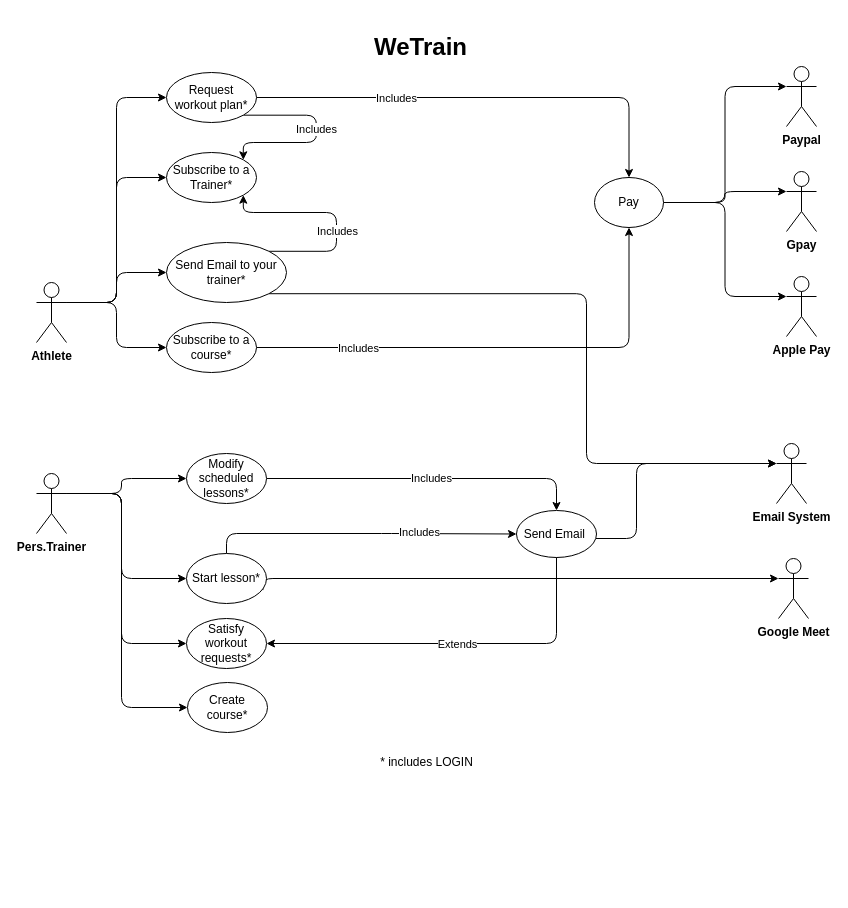
Before: Manenti/UCdiagram_V2.drawio in Bobbarello00/WeTrain, a draw.io diagram. Source tidied: cells renumbered, new cells numbered last; positions are measured from the earlier drawing's top-left corner, leaving out a move shared by most shapes. Both pictures are drawn from the tidied source at 100%, with x=0, y=0 at pixel (36, 22).
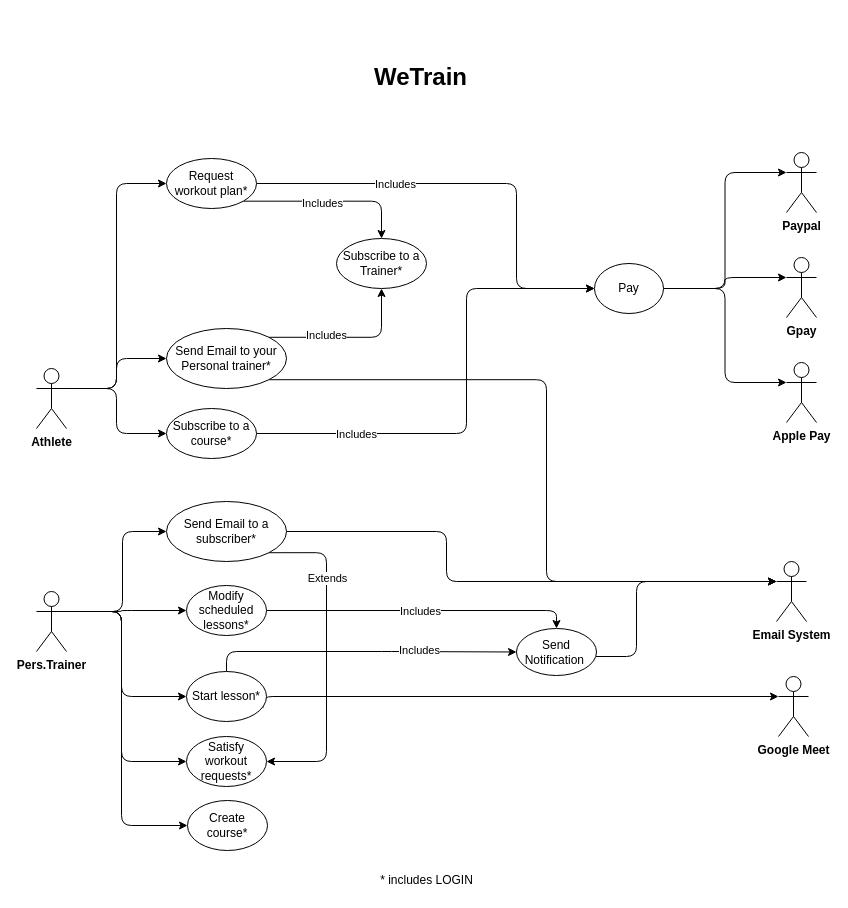
The same diagram, later.

Diff of the diagram source:
```diff
@@
-    <mxCell id="5" style="edgeStyle=orthogonalEdgeStyle;rounded=1;jettySize=auto;html=1;exitX=1;exitY=0.3333333333333333;exitDx=0;exitDy=0;exitPerimeter=0;entryX=0;entryY=0.5;entryDx=0;entryDy=0;" parent="1" edge="1" source="6" target="48">
-      <mxGeometry relative="1" as="geometry" />
-    </mxCell>
     <mxCell id="6" value="&lt;b&gt;Athlete&lt;/b&gt;" style="shape=umlActor;verticalLabelPosition=bottom;verticalAlign=top;html=1;outlineConnect=0;rounded=1;" parent="1" vertex="1">
-      <mxGeometry y="260" width="30" height="60" as="geometry" />
+      <mxGeometry y="346" width="30" height="60" as="geometry" />
     </mxCell>
     <mxCell id="7" style="edgeStyle=orthogonalEdgeStyle;rounded=1;jettySize=auto;html=1;exitX=1;exitY=0.3333333333333333;exitDx=0;exitDy=0;exitPerimeter=0;entryX=0;entryY=0.5;entryDx=0;entryDy=0;entryPerimeter=0;" parent="1" edge="1" source="11" target="18">
       <mxGeometry relative="1" as="geometry">
         <Array as="points">
-          <mxPoint x="85" y="471" />
-          <mxPoint x="85" y="456" />
+          <mxPoint x="85" y="589" />
+          <mxPoint x="85" y="588" />
         </Array>
       </mxGeometry>
     </mxCell>
     <mxCell id="8" style="edgeStyle=orthogonalEdgeStyle;rounded=1;jettySize=auto;html=1;exitX=1;exitY=0.3333333333333333;exitDx=0;exitDy=0;exitPerimeter=0;entryX=0;entryY=0.5;entryDx=0;entryDy=0;" parent="1" edge="1" source="11" target="21">
       <mxGeometry relative="1" as="geometry">
         <Array as="points">
-          <mxPoint x="85" y="471" />
-          <mxPoint x="85" y="556" />
+          <mxPoint x="85" y="589" />
+          <mxPoint x="85" y="674" />
         </Array>
       </mxGeometry>
     </mxCell>
     <mxCell id="9" style="edgeStyle=orthogonalEdgeStyle;rounded=1;jettySize=auto;html=1;entryX=0;entryY=0.5;entryDx=0;entryDy=0;exitX=1;exitY=0.3333333333333333;exitDx=0;exitDy=0;exitPerimeter=0;" parent="1" edge="1" source="11" target="33">
       <mxGeometry relative="1" as="geometry">
         <Array as="points">
-          <mxPoint x="85" y="471" />
-          <mxPoint x="85" y="621" />
+          <mxPoint x="85" y="589" />
+          <mxPoint x="85" y="739" />
         </Array>
       </mxGeometry>
     </mxCell>
     <mxCell id="10" style="edgeStyle=orthogonalEdgeStyle;rounded=1;jettySize=auto;html=1;exitX=1;exitY=0.3333333333333333;exitDx=0;exitDy=0;exitPerimeter=0;entryX=0;entryY=0.5;entryDx=0;entryDy=0;" parent="1" edge="1" source="11" target="40">
       <mxGeometry relative="1" as="geometry">
         <Array as="points">
-          <mxPoint x="85" y="471" />
-          <mxPoint x="85" y="685" />
+          <mxPoint x="85" y="589" />
+          <mxPoint x="85" y="803" />
         </Array>
       </mxGeometry>
     </mxCell>
+    <mxCell id="49" style="edgeStyle=orthogonalEdgeStyle;rounded=1;jettySize=auto;html=1;exitX=1;exitY=0.3333333333333333;exitDx=0;exitDy=0;exitPerimeter=0;entryX=0;entryY=0.5;entryDx=0;entryDy=0;" parent="1" edge="1" target="52">
+      <mxGeometry relative="1" as="geometry">
+        <mxPoint x="26" y="589" as="sourcePoint" />
+        <Array as="points">
+          <mxPoint x="86" y="589" />
+          <mxPoint x="86" y="509" />
+        </Array>
+      </mxGeometry>
+    </mxCell>
     <mxCell id="11" value="&lt;b&gt;Pers.Trainer&lt;/b&gt;" style="shape=umlActor;verticalLabelPosition=bottom;verticalAlign=top;html=1;outlineConnect=0;rounded=1;" parent="1" vertex="1">
-      <mxGeometry y="451" width="30" height="60" as="geometry" />
+      <mxGeometry y="569" width="30" height="60" as="geometry" />
     </mxCell>
     <mxCell id="12" value="&lt;b&gt;Paypal&lt;/b&gt;" style="shape=umlActor;verticalLabelPosition=bottom;verticalAlign=top;html=1;outlineConnect=0;rounded=1;" parent="1" vertex="1">
-      <mxGeometry x="750" y="44" width="30" height="60" as="geometry" />
+      <mxGeometry x="750" y="130" width="30" height="60" as="geometry" />
     </mxCell>
     <mxCell id="13" value="&lt;b&gt;Gpay&lt;/b&gt;" style="shape=umlActor;verticalLabelPosition=bottom;verticalAlign=top;html=1;outlineConnect=0;rounded=1;" parent="1" vertex="1">
-      <mxGeometry x="750" y="149" width="30" height="60" as="geometry" />
+      <mxGeometry x="750" y="235" width="30" height="60" as="geometry" />
     </mxCell>
     <mxCell id="14" value="&lt;h1&gt;WeTrain&lt;/h1&gt;" style="text;html=1;align=center;verticalAlign=middle;strokeColor=none;fillColor=none;rounded=1;" parent="1" vertex="1">
-      <mxGeometry x="329" width="110" height="50" as="geometry" />
+      <mxGeometry x="329" y="30" width="110" height="50" as="geometry" />
     </mxCell>
     <mxCell id="15" style="edgeStyle=orthogonalEdgeStyle;rounded=1;jettySize=auto;html=1;exitX=0.955;exitY=0.732;exitDx=0;exitDy=0;entryX=0;entryY=0.3333333333333333;entryDx=0;entryDy=0;entryPerimeter=0;exitPerimeter=0;" parent="1" edge="1" source="21" target="39">
       <mxGeometry relative="1" as="geometry">
         <Array as="points">
-          <mxPoint x="226" y="556" />
+          <mxPoint x="226" y="674" />
         </Array>
       </mxGeometry>
     </mxCell>
     <mxCell id="16" style="edgeStyle=orthogonalEdgeStyle;rounded=1;jettySize=auto;html=1;exitX=1;exitY=0.5;exitDx=0;exitDy=0;entryX=0.5;entryY=0;entryDx=0;entryDy=0;" parent="1" edge="1" source="18" target="23">
-      <mxGeometry relative="1" as="geometry" />
+      <mxGeometry relative="1" as="geometry">
+        <Array as="points">
+          <mxPoint x="230" y="588" />
+          <mxPoint x="520" y="588" />
+        </Array>
+      </mxGeometry>
     </mxCell>
     <mxCell id="17" value="Includes" style="edgeLabel;html=1;align=center;verticalAlign=middle;rounded=1;" parent="16" vertex="1">
       <mxGeometry x="0.02" y="-1" relative="1" as="geometry">
-        <mxPoint y="-2" as="offset" />
+        <mxPoint x="-4" y="-1" as="offset" />
       </mxGeometry>
     </mxCell>
     <mxCell id="18" value="Modify scheduled lessons*" style="ellipse;whiteSpace=wrap;html=1;rounded=1;" parent="1" vertex="1">
-      <mxGeometry x="150" y="431" width="80" height="50" as="geometry" />
+      <mxGeometry x="150" y="563" width="80" height="50" as="geometry" />
     </mxCell>
@@
     <mxCell id="21" value="Start lesson*" style="ellipse;whiteSpace=wrap;html=1;rounded=1;" parent="1" vertex="1">
-      <mxGeometry x="150" y="531" width="80" height="50" as="geometry" />
+      <mxGeometry x="150" y="649" width="80" height="50" as="geometry" />
     </mxCell>
     <mxCell id="22" style="edgeStyle=orthogonalEdgeStyle;rounded=1;jettySize=auto;html=1;entryX=0;entryY=0.3333333333333333;entryDx=0;entryDy=0;entryPerimeter=0;" parent="1" edge="1" source="23" target="42">
       <mxGeometry relative="1" as="geometry">
         <Array as="points">
-          <mxPoint x="600" y="516" />
-          <mxPoint x="600" y="441" />
+          <mxPoint x="600" y="634" />
+          <mxPoint x="600" y="559" />
         </Array>
       </mxGeometry>
     </mxCell>
-    <mxCell id="23" value="Send Email&amp;nbsp;" style="ellipse;whiteSpace=wrap;html=1;rounded=1;" parent="1" vertex="1">
-      <mxGeometry x="480" y="488" width="80" height="47" as="geometry" />
+    <mxCell id="23" value="Send Notification&amp;nbsp;" style="ellipse;whiteSpace=wrap;html=1;rounded=1;" parent="1" vertex="1">
+      <mxGeometry x="480" y="606" width="80" height="47" as="geometry" />
     </mxCell>
-    <mxCell id="24" style="edgeStyle=orthogonalEdgeStyle;rounded=1;jettySize=auto;html=1;entryX=1;entryY=1;entryDx=0;entryDy=0;exitX=1;exitY=0;exitDx=0;exitDy=0;" parent="1" edge="1" source="27" target="48">
+    <mxCell id="24" style="edgeStyle=orthogonalEdgeStyle;rounded=1;jettySize=auto;html=1;entryX=0.5;entryY=1;entryDx=0;entryDy=0;exitX=1;exitY=0;exitDx=0;exitDy=0;" parent="1" edge="1" source="27" target="48">
       <mxGeometry relative="1" as="geometry">
         <Array as="points">
-          <mxPoint x="300" y="229" />
-          <mxPoint x="300" y="190" />
-          <mxPoint x="207" y="190" />
+          <mxPoint x="345" y="315" />
         </Array>
       </mxGeometry>
     </mxCell>
     <mxCell id="25" value="Includes" style="edgeLabel;html=1;align=center;verticalAlign=middle;rounded=1;" parent="24" vertex="1">
       <mxGeometry x="-0.61" y="1" relative="1" as="geometry">
-        <mxPoint x="26" y="-19" as="offset" />
+        <mxPoint x="26" y="-1" as="offset" />
       </mxGeometry>
     </mxCell>
     <mxCell id="26" style="edgeStyle=orthogonalEdgeStyle;rounded=1;jettySize=auto;html=1;exitX=1;exitY=1;exitDx=0;exitDy=0;entryX=0;entryY=0.3333333333333333;entryDx=0;entryDy=0;entryPerimeter=0;" parent="1" edge="1" source="27" target="42">
       <mxGeometry relative="1" as="geometry">
         <Array as="points">
-          <mxPoint x="550" y="271" />
-          <mxPoint x="550" y="441" />
+          <mxPoint x="510" y="357" />
+          <mxPoint x="510" y="559" />
         </Array>
       </mxGeometry>
     </mxCell>
-    <mxCell id="27" value="Send Email to your trainer*" style="ellipse;whiteSpace=wrap;html=1;rounded=1;" parent="1" vertex="1">
-      <mxGeometry x="130" y="220" width="120" height="60" as="geometry" />
+    <mxCell id="27" value="Send Email to your Personal trainer*" style="ellipse;whiteSpace=wrap;html=1;rounded=1;" parent="1" vertex="1">
+      <mxGeometry x="130" y="306" width="120" height="60" as="geometry" />
     </mxCell>
-    <mxCell id="28" style="edgeStyle=orthogonalEdgeStyle;rounded=1;jettySize=auto;html=1;exitX=1;exitY=0.5;exitDx=0;exitDy=0;entryX=0.5;entryY=0;entryDx=0;entryDy=0;" parent="1" edge="1" source="32" target="37">
+    <mxCell id="28" style="edgeStyle=orthogonalEdgeStyle;rounded=1;jettySize=auto;html=1;exitX=1;exitY=0.5;exitDx=0;exitDy=0;entryX=0;entryY=0.5;entryDx=0;entryDy=0;" parent="1" edge="1" source="32" target="37">
       <mxGeometry relative="1" as="geometry">
         <Array as="points">
-          <mxPoint x="593" y="75" />
+          <mxPoint x="480" y="161" />
+          <mxPoint x="480" y="266" />
         </Array>
       </mxGeometry>
     </mxCell>
@@
-    <mxCell id="30" style="edgeStyle=orthogonalEdgeStyle;rounded=1;jettySize=auto;html=1;exitX=1;exitY=1;exitDx=0;exitDy=0;entryX=1;entryY=0;entryDx=0;entryDy=0;" parent="1" edge="1" source="32" target="48">
+    <mxCell id="30" style="edgeStyle=orthogonalEdgeStyle;rounded=1;jettySize=auto;html=1;exitX=1;exitY=1;exitDx=0;exitDy=0;entryX=0.5;entryY=0;entryDx=0;entryDy=0;" parent="1" edge="1" source="32" target="48">
       <mxGeometry relative="1" as="geometry">
         <Array as="points">
-          <mxPoint x="280" y="93" />
-          <mxPoint x="280" y="120" />
-          <mxPoint x="207" y="120" />
+          <mxPoint x="345" y="179" />
         </Array>
       </mxGeometry>
     </mxCell>
@@
     <mxCell id="32" value="Request workout plan*" style="ellipse;whiteSpace=wrap;html=1;rounded=1;" parent="1" vertex="1">
-      <mxGeometry x="130" y="50" width="90" height="50" as="geometry" />
+      <mxGeometry x="130" y="136" width="90" height="50" as="geometry" />
     </mxCell>
     <mxCell id="33" value="Satisfy workout requests*" style="ellipse;whiteSpace=wrap;html=1;rounded=1;" parent="1" vertex="1">
-      <mxGeometry x="150" y="596" width="80" height="50" as="geometry" />
+      <mxGeometry x="150" y="714" width="80" height="50" as="geometry" />
     </mxCell>
@@
     <mxCell id="37" value="Pay" style="ellipse;whiteSpace=wrap;html=1;rounded=1;" parent="1" vertex="1">
-      <mxGeometry x="558" y="155" width="69" height="50" as="geometry" />
+      <mxGeometry x="558" y="241" width="69" height="50" as="geometry" />
     </mxCell>
     <mxCell id="38" value="&lt;b&gt;Apple Pay&lt;/b&gt;" style="shape=umlActor;verticalLabelPosition=bottom;verticalAlign=top;html=1;outlineConnect=0;rounded=1;" parent="1" vertex="1">
-      <mxGeometry x="750" y="254" width="30" height="60" as="geometry" />
+      <mxGeometry x="750" y="340" width="30" height="60" as="geometry" />
     </mxCell>
     <mxCell id="39" value="&lt;b&gt;Google Meet&lt;br&gt;&lt;/b&gt;" style="shape=umlActor;verticalLabelPosition=bottom;verticalAlign=top;html=1;outlineConnect=0;rounded=1;" parent="1" vertex="1">
-      <mxGeometry x="742" y="536" width="30" height="60" as="geometry" />
+      <mxGeometry x="742" y="654" width="30" height="60" as="geometry" />
     </mxCell>
     <mxCell id="40" value="Create course*" style="ellipse;whiteSpace=wrap;html=1;rounded=1;" parent="1" vertex="1">
-      <mxGeometry x="151" y="660" width="80" height="50" as="geometry" />
+      <mxGeometry x="151" y="778" width="80" height="50" as="geometry" />
     </mxCell>
     <mxCell id="41" value="* includes LOGIN" style="text;html=1;align=center;verticalAlign=middle;strokeColor=none;fillColor=none;rounded=1;" parent="1" vertex="1">
-      <mxGeometry x="335" y="730" width="110" height="20" as="geometry" />
+      <mxGeometry x="335" y="848" width="110" height="20" as="geometry" />
     </mxCell>
     <mxCell id="42" value="&lt;b&gt;Email System&lt;br&gt;&lt;/b&gt;" style="shape=umlActor;verticalLabelPosition=bottom;verticalAlign=top;html=1;outlineConnect=0;rounded=1;" parent="1" vertex="1">
-      <mxGeometry x="740" y="421" width="30" height="60" as="geometry" />
+      <mxGeometry x="740" y="539" width="30" height="60" as="geometry" />
     </mxCell>
-    <mxCell id="43" style="edgeStyle=orthogonalEdgeStyle;rounded=1;jettySize=auto;html=1;entryX=0.5;entryY=1;entryDx=0;entryDy=0;" parent="1" edge="1" source="45" target="37">
-      <mxGeometry relative="1" as="geometry" />
+    <mxCell id="43" style="edgeStyle=orthogonalEdgeStyle;rounded=1;jettySize=auto;html=1;entryX=0;entryY=0.5;entryDx=0;entryDy=0;" parent="1" edge="1" source="45" target="37">
+      <mxGeometry relative="1" as="geometry">
+        <Array as="points">
+          <mxPoint x="430" y="411" />
+          <mxPoint x="430" y="266" />
+        </Array>
+      </mxGeometry>
     </mxCell>
@@
     <mxCell id="45" value="Subscribe to a course*" style="ellipse;whiteSpace=wrap;html=1;rounded=1;" parent="1" vertex="1">
-      <mxGeometry x="130" y="300" width="90" height="50" as="geometry" />
+      <mxGeometry x="130" y="386" width="90" height="50" as="geometry" />
     </mxCell>
-    <mxCell id="46" style="edgeStyle=orthogonalEdgeStyle;rounded=1;jettySize=auto;html=1;exitX=0.5;exitY=1;exitDx=0;exitDy=0;entryX=1;entryY=0.5;entryDx=0;entryDy=0;" parent="1" edge="1" source="23" target="33">
-      <mxGeometry relative="1" as="geometry" />
-    </mxCell>
+    <mxCell id="48" value="Subscribe to a Trainer*" style="ellipse;whiteSpace=wrap;html=1;rounded=1;" parent="1" vertex="1">
+      <mxGeometry x="300" y="216" width="90" height="50" as="geometry" />
+    </mxCell>
+    <mxCell id="50" style="edgeStyle=orthogonalEdgeStyle;rounded=1;jettySize=auto;html=1;exitX=1;exitY=0.5;exitDx=0;exitDy=0;entryX=0;entryY=0.3333333333333333;entryDx=0;entryDy=0;entryPerimeter=0;" parent="1" edge="1" source="52" target="42">
+      <mxGeometry relative="1" as="geometry">
+        <Array as="points">
+          <mxPoint x="410" y="509" />
+          <mxPoint x="410" y="559" />
+        </Array>
+      </mxGeometry>
+    </mxCell>
+    <mxCell id="51" style="edgeStyle=orthogonalEdgeStyle;rounded=1;jettySize=auto;html=1;exitX=1;exitY=1;exitDx=0;exitDy=0;entryX=1;entryY=0.5;entryDx=0;entryDy=0;" parent="1" edge="1" source="52" target="33">
+      <mxGeometry relative="1" as="geometry">
+        <Array as="points">
+          <mxPoint x="290" y="530" />
+          <mxPoint x="290" y="739" />
+        </Array>
+      </mxGeometry>
+    </mxCell>
-    <mxCell id="47" value="Extends" style="edgeLabel;html=1;align=center;verticalAlign=middle;rounded=1;" parent="46" vertex="1">
-      <mxGeometry x="-0.01" relative="1" as="geometry" />
+    <mxCell id="47" value="Extends" style="edgeLabel;html=1;align=center;verticalAlign=middle;" parent="51" vertex="1">
+      <mxGeometry x="-0.49" relative="1" as="geometry" />
     </mxCell>
-    <mxCell id="48" value="Subscribe to a Trainer*" style="ellipse;whiteSpace=wrap;html=1;rounded=1;" parent="1" vertex="1">
-      <mxGeometry x="130" y="130" width="90" height="50" as="geometry" />
-    </mxCell>
+    <mxCell id="52" value="Send Email to a subscriber*" style="ellipse;whiteSpace=wrap;html=1;rounded=1;" parent="1" vertex="1">
+      <mxGeometry x="130" y="479" width="120" height="60" as="geometry" />
+    </mxCell>
```
